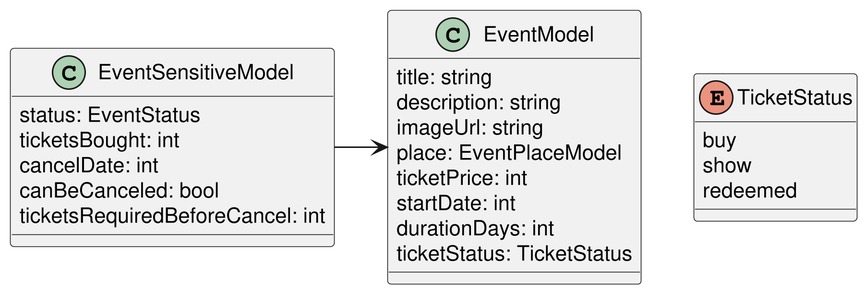
This is img/event-model.png from ai-shift/cyber-valley-tickets, a PlantUML export, as it was before one commit.
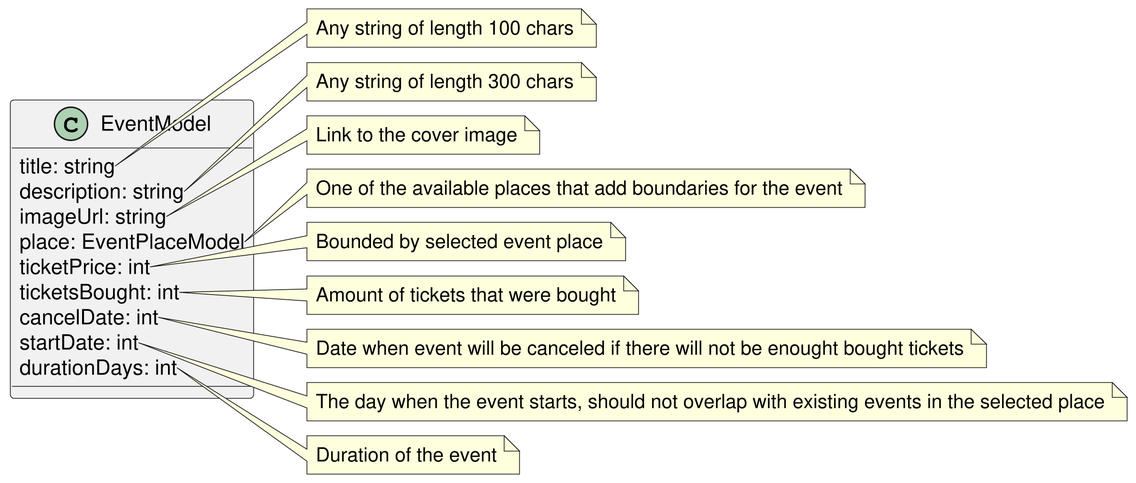
After the commit.

Commit message:
add: Event model domain section

What changed in the source:
```diff
@@ -6,24 +6,45 @@
   imageUrl: string
   place: EventPlaceModel
   ticketPrice: int
+  ticketsBought: int
+  cancelDate: int
   startDate: int
   durationDays: int
-  ticketStatus: TicketStatus
 }
 
-class EventSensitiveModel {
-  status: EventStatus
-  ticketsBought: int
-  cancelDate: int
-  canBeCanceled: bool
-  ticketsRequiredBeforeCancel: int
-}
+note right of EventModel::title
+  Any string of length 100 chars
+end note
 
-enum TicketStatus {
-  buy
-  show
-  redeemed
-}
+note right of EventModel::description
+  Any string of length 300 chars
+end note
 
-EventSensitiveModel -> EventModel
+note right of EventModel::imageUrl
+  Link to the cover image
+end note
+
+note right of EventModel::place
+  One of the available places that add boundaries for the event
+end note
+
+note right of EventModel::ticketPrice
+  Bounded by selected event place
+end note
+
+note right of EventModel::ticketsBought
+  Amount of tickets that were bought
+end note
+
+note right of EventModel::cancelDate
+  Date when event will be canceled if there will not be enought bought tickets
+end note
+
+note right of EventModel::startDate
+  The day when the event starts, should not overlap with existing events in the selected place
+end note
+
+note right of EventModel::durationDays
+  Duration of the event
+end note
 @enduml
```
